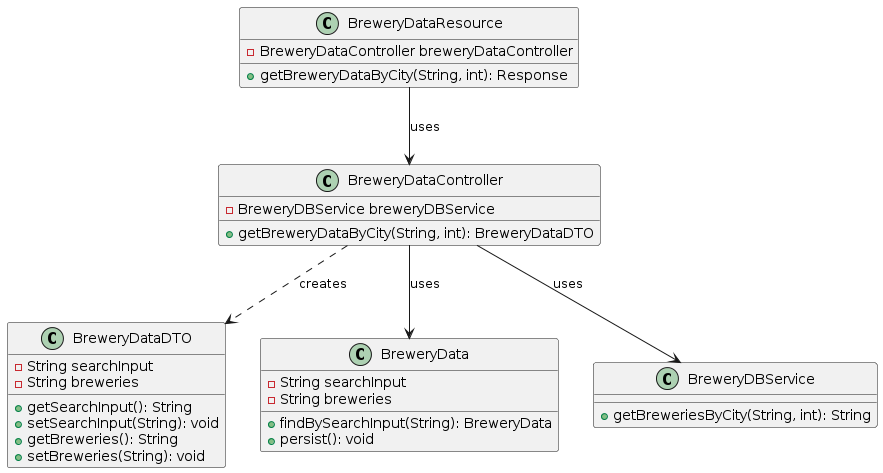
Earlier version of the PlantUML export doc/images/UMLDiagramm.png (Okanx68/sqs-project).
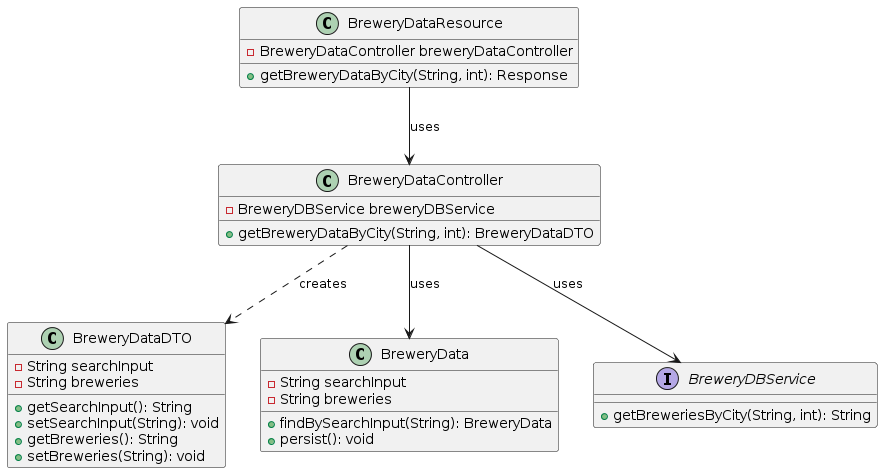
After the commit.

Commit message:
add modified uml diagram

The edit, as a diff of the source:
```diff
@@ -15,7 +15,7 @@
   +persist(): void
 }
 
-class BreweryDBService {
+interface BreweryDBService {
   +getBreweriesByCity(String, int): String
 }
 
```
